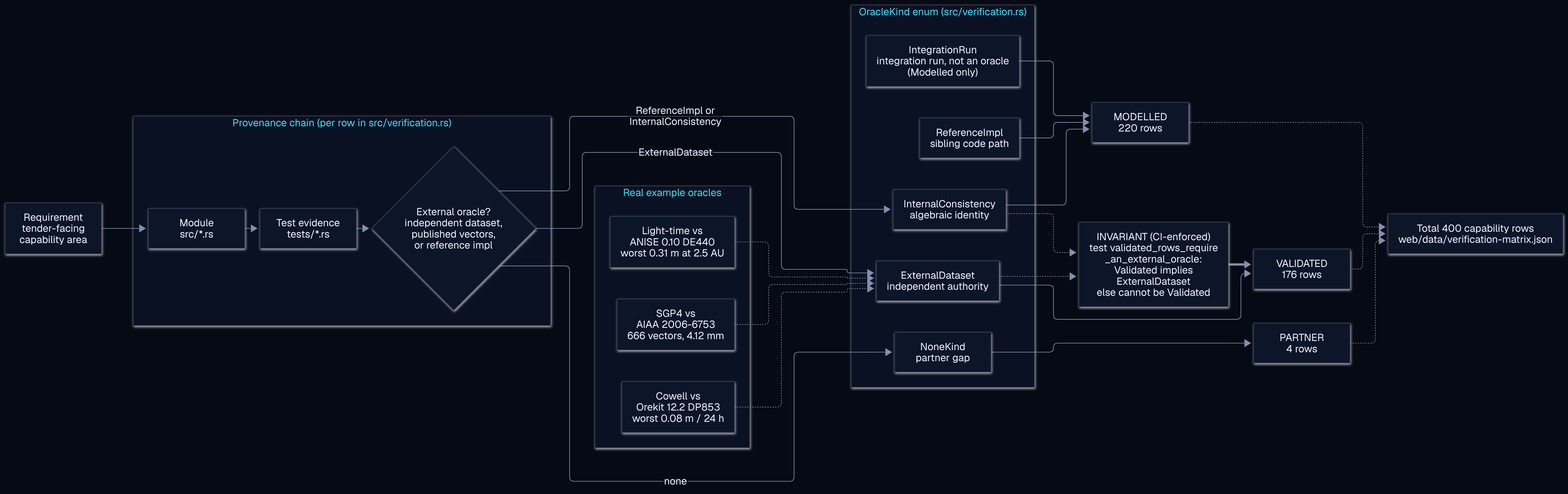
Above: docs/assets/diagrams/validation-provenance.png in ashfordeOU/kshana (Mermaid), before the change. Its source is kept beside it as docs/diagrams/validation-provenance.mmd. Its diagram source:
```mermaid
flowchart LR
    REQ["Requirement<br/>tender-facing<br/>capability area"]

    subgraph CHAIN["Provenance chain (per row in src/verification.rs)"]
        direction LR
        MOD["Module<br/>src/*.rs"]
        TST["Test evidence<br/>tests/*.rs"]
        ORA{"External oracle?<br/>independent dataset,<br/>published vectors,<br/>or reference impl"}
    end

    REQ --> MOD --> TST --> ORA

    subgraph KINDS["OracleKind enum (src/verification.rs)"]
        direction TD
        EXT["ExternalDataset<br/>independent authority"]
        REF["ReferenceImpl<br/>sibling code path"]
        INT["InternalConsistency<br/>algebraic identity"]
        IRN["IntegrationRun<br/>integration run, not an oracle<br/>(Modelled only)"]
        NON["NoneKind<br/>partner gap"]
    end

    ORA -->|ExternalDataset| EXT
    ORA -->|"ReferenceImpl or<br/>InternalConsistency"| INT
    ORA -->|none| NON

    GUARD["INVARIANT (CI-enforced)<br/>test validated_rows_require<br/>_an_external_oracle:<br/>Validated implies<br/>ExternalDataset<br/>else cannot be Validated"]
    EXT -.-> GUARD
    INT -.-> GUARD

    EXT --> VAL["VALIDATED<br/>176 rows"]
    REF --> MDL["MODELLED<br/>220 rows"]
    INT --> MDL
    IRN --> MDL
    NON --> PRT["PARTNER<br/>4 rows"]
    GUARD ==> VAL

    subgraph EX["Real example oracles"]
        direction TD
        E1["SGP4 vs<br/>AIAA 2006-6753<br/>666 vectors, 4.12 mm"]
        E2["Cowell vs<br/>Orekit 12.2 DP853<br/>worst 0.08 m / 24 h"]
        E3["Light-time vs<br/>ANISE 0.10 DE440<br/>worst 0.31 m at 2.5 AU"]
    end

    E1 -.-> EXT
    E2 -.-> EXT
    E3 -.-> EXT

    TOTAL["Total 400 capability rows<br/>web/data/verification-matrix.json"]
    VAL -.-> TOTAL
    MDL -.-> TOTAL
    PRT -.-> TOTAL
```
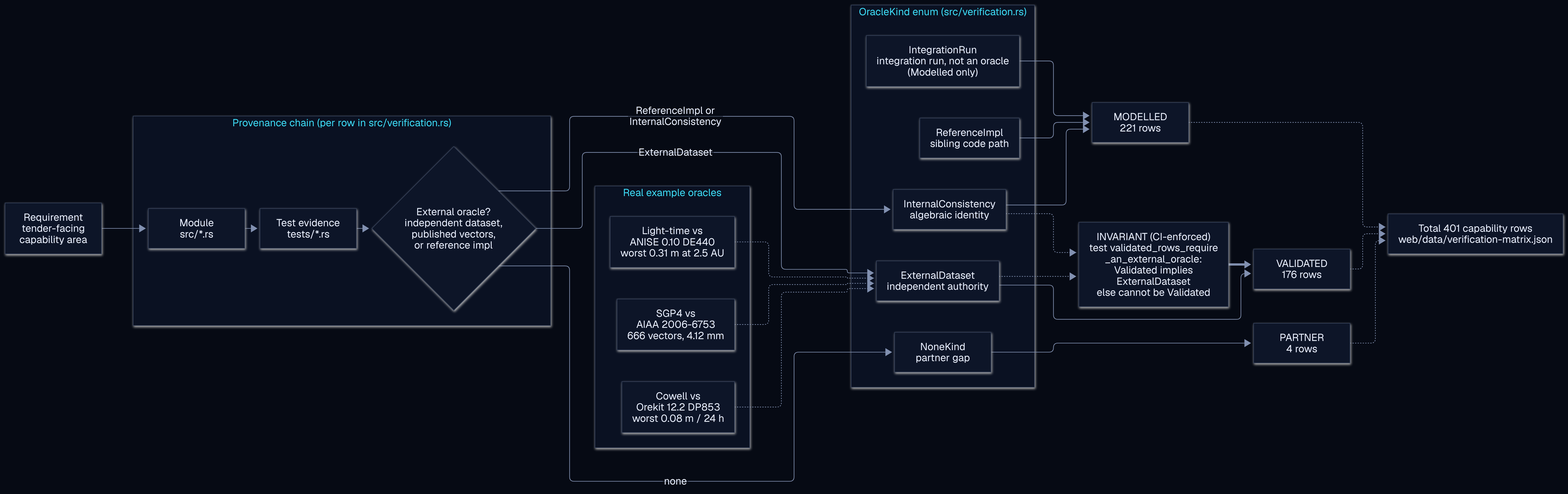
Later version of the same file.

Commit message:
0.40 count surfaces for 401 rows (176/221/4): README family, provenance diagram, validation figures

Diff of the diagram source:
```diff
@@ -28,7 +28,7 @@
     INT -.-> GUARD
 
     EXT --> VAL["VALIDATED<br/>176 rows"]
-    REF --> MDL["MODELLED<br/>220 rows"]
+    REF --> MDL["MODELLED<br/>221 rows"]
     INT --> MDL
     IRN --> MDL
     NON --> PRT["PARTNER<br/>4 rows"]
@@ -45,7 +45,7 @@
     E2 -.-> EXT
     E3 -.-> EXT
 
-    TOTAL["Total 400 capability rows<br/>web/data/verification-matrix.json"]
+    TOTAL["Total 401 capability rows<br/>web/data/verification-matrix.json"]
     VAL -.-> TOTAL
     MDL -.-> TOTAL
     PRT -.-> TOTAL
```
